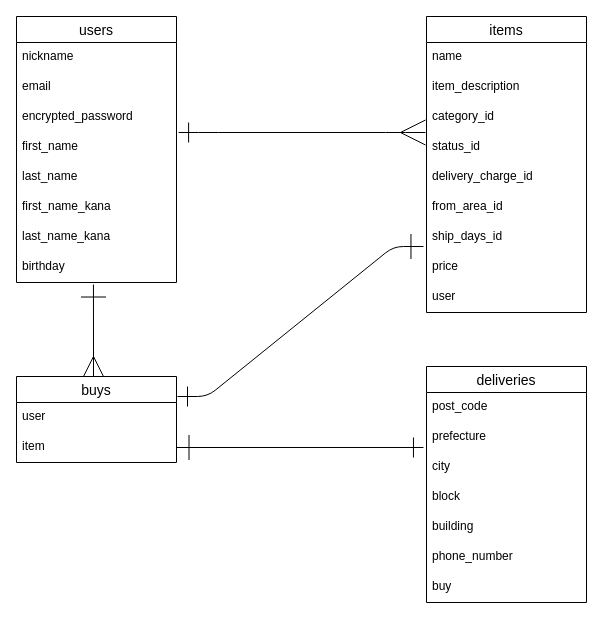
Above: furima.dio in kumapagu/furima-37295 (draw.io), before the change. Source tidied: cells renumbered, new cells numbered last; positions are measured from the earlier drawing's top-left corner, leaving out a move shared by most shapes. Both pictures are drawn from the tidied source at 100%, with x=0, y=0 at pixel (16, 16).
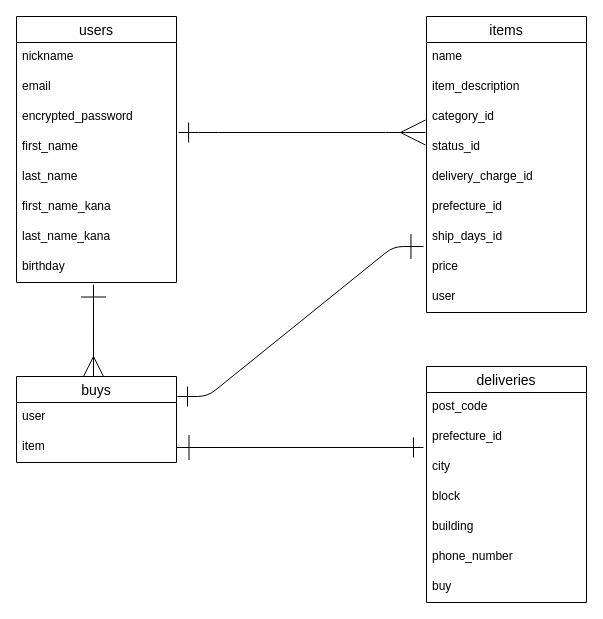
The same diagram, later.

Commit message:
ER図のitemsテーブルとdeliveriesテーブルの都道府県カラムをprefecture_idに変更

Unchanged cells that the change refers to:
```xml
<mxCell id="11" value="items" style="swimlane;fontStyle=0;horizontal=1;startSize=26;align=center;fontSize=14;" parent="1" vertex="1">
  <mxGeometry x="410" width="160" height="296" as="geometry" />
</mxCell>
<mxCell id="21" value="deliveries" style="swimlane;fontStyle=0;horizontal=1;startSize=26;align=center;fontSize=14;" parent="1" vertex="1">
  <mxGeometry x="410" y="350" width="160" height="236" as="geometry" />
</mxCell>
```

The edit, as a diff of the source:
```diff
@@
-    <mxCell id="17" value="from_area_id" style="text;strokeColor=none;fillColor=none;spacingLeft=4;spacingRight=4;overflow=hidden;fontSize=12;" parent="11" vertex="1">
+    <mxCell id="17" value="prefecture_id" style="text;strokeColor=none;fillColor=none;spacingLeft=4;spacingRight=4;overflow=hidden;fontSize=12;" parent="11" vertex="1">
       <mxGeometry y="176" width="160" height="30" as="geometry" />
     </mxCell>
@@
-    <mxCell id="23" value="prefecture" style="text;strokeColor=none;fillColor=none;spacingLeft=4;spacingRight=4;overflow=hidden;points=[[0,0.5],[1,0.5]];portConstraint=eastwest;fontSize=12;" parent="21" vertex="1">
+    <mxCell id="23" value="prefecture_id" style="text;strokeColor=none;fillColor=none;spacingLeft=4;spacingRight=4;overflow=hidden;points=[[0,0.5],[1,0.5]];portConstraint=eastwest;fontSize=12;" parent="21" vertex="1">
       <mxGeometry y="56" width="160" height="30" as="geometry" />
     </mxCell>
```
